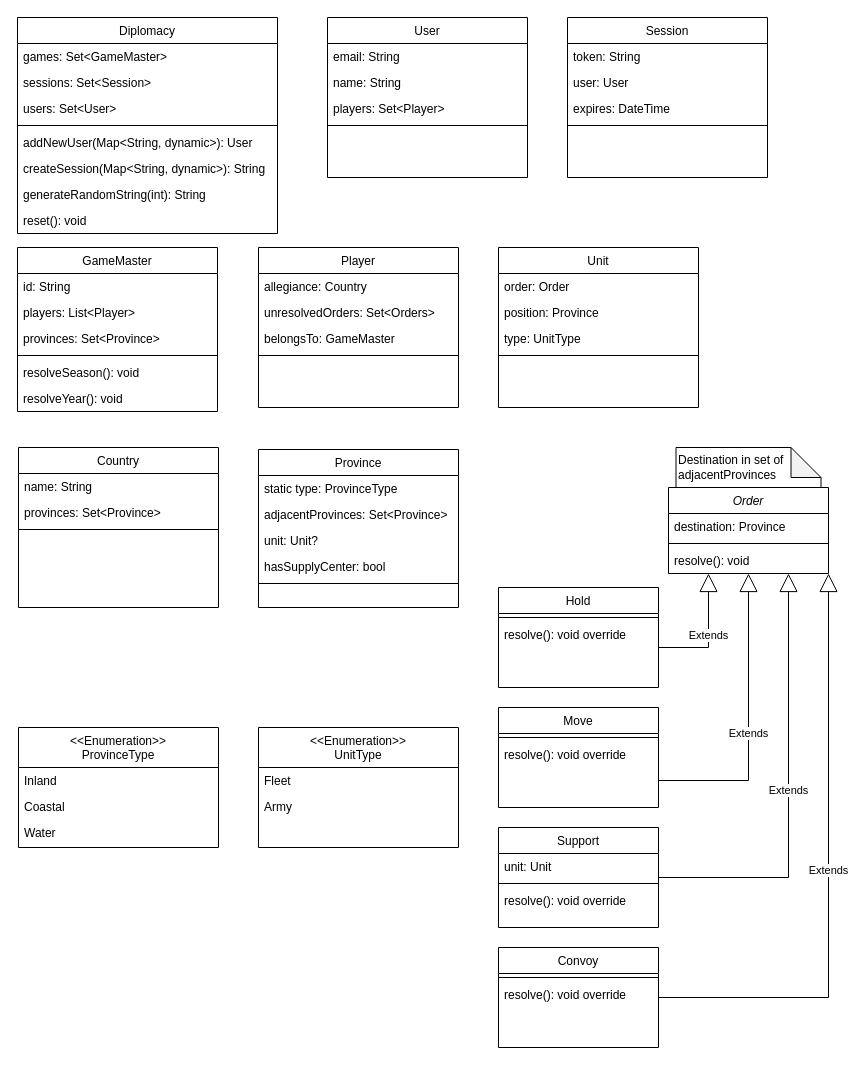
The draw.io diagram docs/backend-uml.drawio in CPTR450-Diplomacy/backend, before the edit. Source tidied: cells renumbered, new cells numbered last; positions are measured from the earlier drawing's top-left corner, leaving out a move shared by most shapes. Both pictures are drawn from the tidied source at 100%, with x=0, y=0 at pixel (17, 17).
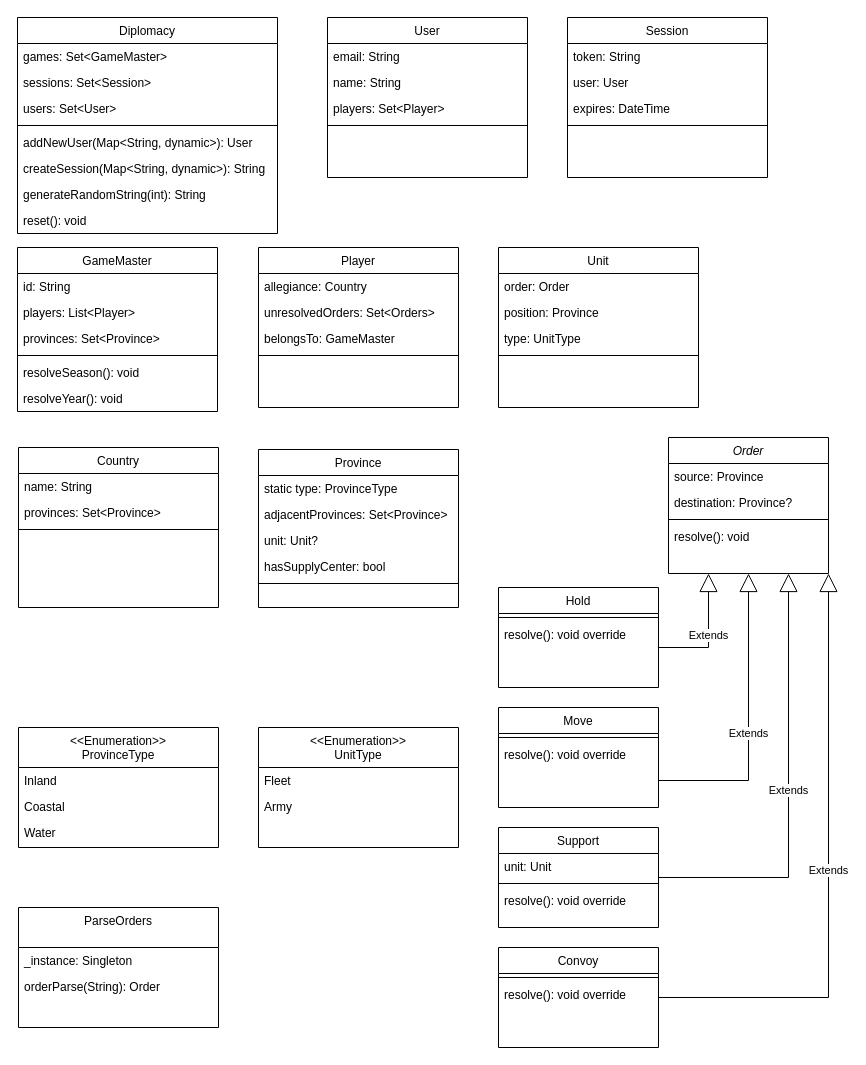
The same diagram, later.

Commit message:
Edited UML diagram (#11)

Change to the diagram source:
```diff
@@
     <mxCell id="21" value="Order" style="swimlane;fontStyle=2;align=center;verticalAlign=top;horizontal=1;startSize=26;rounded=0;shadow=0;strokeWidth=1;" parent="1" vertex="1">
-      <mxGeometry x="651" y="470" width="160" height="86" as="geometry" />
+      <mxGeometry x="651" y="420" width="160" height="136" as="geometry" />
     </mxCell>
-    <mxCell id="22" value="destination: Province" style="text;align=left;verticalAlign=top;spacingLeft=4;spacingRight=4;overflow=hidden;" parent="21" vertex="1">
+    <mxCell id="22" value="source: Province" style="text;align=left;verticalAlign=top;spacingLeft=4;spacingRight=4;overflow=hidden;" parent="21" vertex="1">
       <mxGeometry y="26" width="160" height="26" as="geometry" />
     </mxCell>
+    <mxCell id="24" value="destination: Province?" style="text;align=left;verticalAlign=top;spacingLeft=4;spacingRight=4;overflow=hidden;" parent="21" vertex="1">
+      <mxGeometry y="52" width="160" height="26" as="geometry" />
+    </mxCell>
     <mxCell id="23" style="line;html=1;strokeWidth=1;align=left;verticalAlign=middle;spacingTop=-1;spacingLeft=3;spacingRight=3;labelPosition=right;" parent="21" vertex="1">
-      <mxGeometry y="52" width="160" height="8" as="geometry" />
+      <mxGeometry y="78" width="160" height="8" as="geometry" />
     </mxCell>
-    <mxCell id="24" value="resolve(): void" style="text;align=left;verticalAlign=top;spacingLeft=4;spacingRight=4;overflow=hidden;" parent="21" vertex="1">
-      <mxGeometry y="60" width="160" height="26" as="geometry" />
-    </mxCell>
+    <mxCell id="77" value="resolve(): void" style="text;align=left;verticalAlign=top;spacingLeft=4;spacingRight=4;overflow=hidden;" parent="21" vertex="1">
+      <mxGeometry y="86" width="160" height="26" as="geometry" />
+    </mxCell>
@@
-    <mxCell id="37" value="Destination in set of adjacentProvinces" style="shape=note;whiteSpace=wrap;html=1;backgroundOutline=1;darkOpacity=0.05;align=left;" parent="1" vertex="1">
-      <mxGeometry x="658.5" y="430" width="145" height="40" as="geometry" />
-    </mxCell>
@@
+    <mxCell id="78" value="ParseOrders" style="swimlane;fontStyle=0;align=center;verticalAlign=top;horizontal=1;startSize=40;rounded=0;shadow=0;strokeWidth=1;" parent="1" vertex="1">
+      <mxGeometry x="1" y="890" width="200" height="120" as="geometry" />
+    </mxCell>
+    <mxCell id="79" value="_instance: Singleton" style="text;align=left;verticalAlign=top;spacingLeft=4;spacingRight=4;overflow=hidden;" parent="78" vertex="1">
+      <mxGeometry y="40" width="200" height="26" as="geometry" />
+    </mxCell>
+    <mxCell id="80" value="orderParse(String): Order" style="text;align=left;verticalAlign=top;spacingLeft=4;spacingRight=4;overflow=hidden;" parent="78" vertex="1">
+      <mxGeometry y="66" width="200" height="26" as="geometry" />
+    </mxCell>
```
